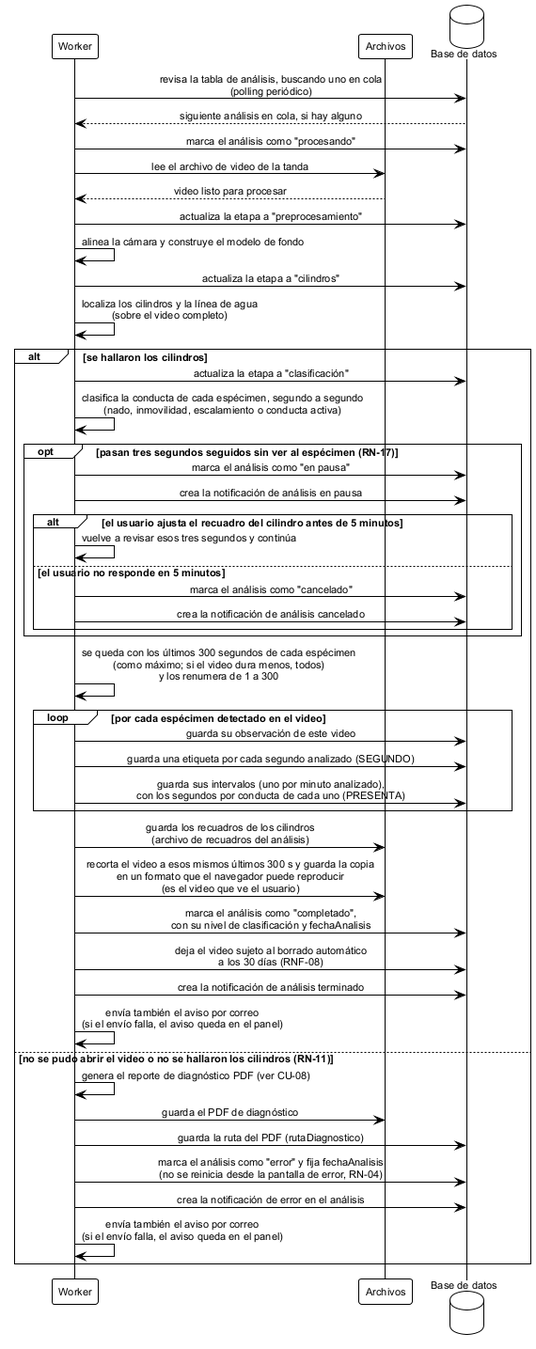
ErickJester/fst-ai-system-latex keeps this PlantUML diagram as figures/mermaid/seq_analisis_automatico.png. Above is the earlier version.
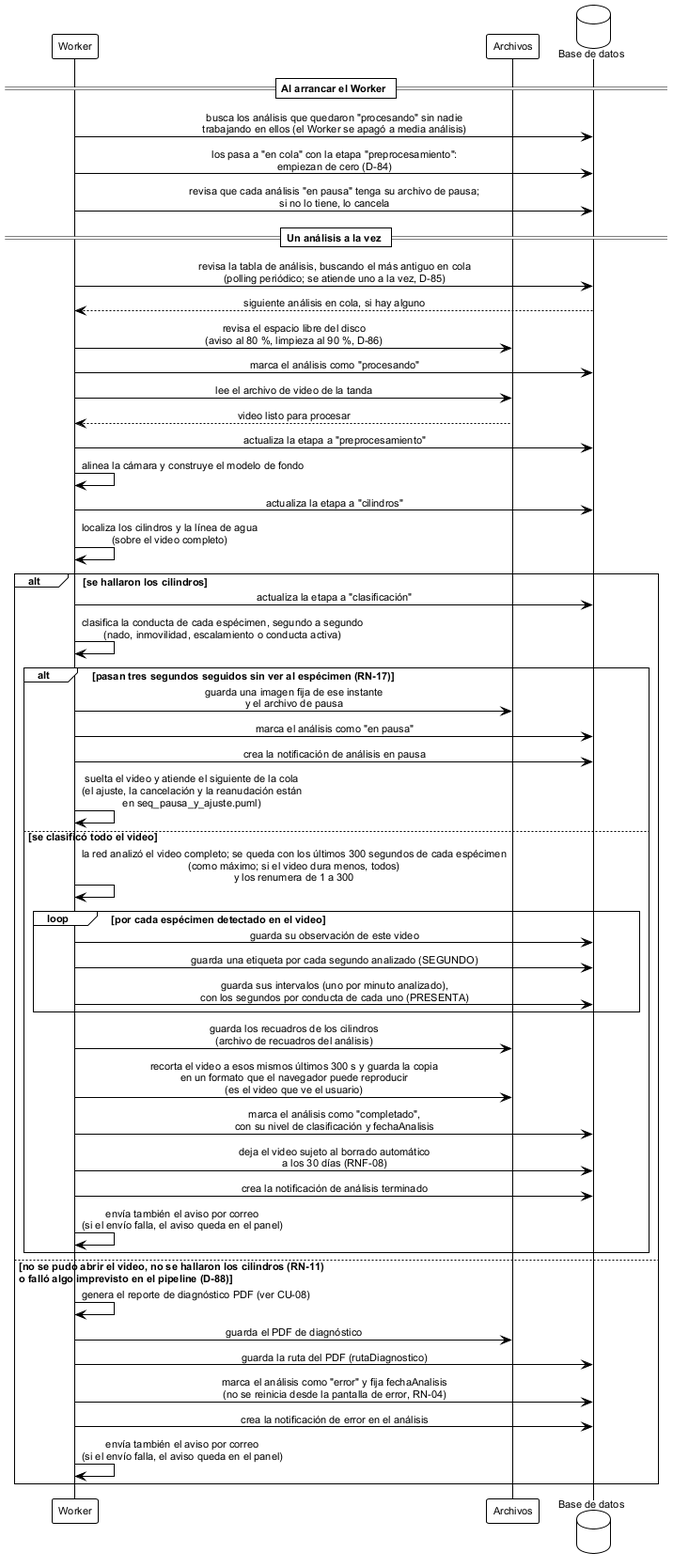
After the change.

Diff of the diagram source:
```diff
@@ -11,8 +11,17 @@
 participant "Archivos" as fs
 database "Base de datos" as db
 
-w -> db: revisa la tabla de análisis, buscando uno en cola\n(polling periódico)
+== Al arrancar el Worker ==
+
+w -> db: busca los análisis que quedaron "procesando" sin nadie\ntrabajando en ellos (el Worker se apagó a media análisis)
+w -> db: los pasa a "en cola" con la etapa "preprocesamiento":\nempiezan de cero (D-84)
+w -> db: revisa que cada análisis "en pausa" tenga su archivo de pausa;\nsi no lo tiene, lo cancela
+
+== Un análisis a la vez ==
+
+w -> db: revisa la tabla de análisis, buscando el más antiguo en cola\n(polling periódico; se atiende uno a la vez, D-85)
 db --> w: siguiente análisis en cola, si hay alguno
+w -> fs: revisa el espacio libre del disco\n(aviso al 80 %, limpieza al 90 %, D-86)
 w -> db: marca el análisis como "procesando"
 
 w -> fs: lee el archivo de video de la tanda
@@ -27,33 +36,30 @@
 alt se hallaron los cilindros
   w -> db: actualiza la etapa a "clasificación"
   w -> w: clasifica la conducta de cada espécimen, segundo a segundo\n(nado, inmovilidad, escalamiento o conducta activa)
-  opt pasan tres segundos seguidos sin ver al espécimen (RN-17)
+  alt pasan tres segundos seguidos sin ver al espécimen (RN-17)
+    w -> fs: guarda una imagen fija de ese instante\ny el archivo de pausa
     w -> db: marca el análisis como "en pausa"
     w -> db: crea la notificación de análisis en pausa
-    alt el usuario ajusta el recuadro del cilindro antes de 5 minutos
-      w -> w: vuelve a revisar esos tres segundos y continúa
-    else el usuario no responde en 5 minutos
-      w -> db: marca el análisis como "cancelado"
-      w -> db: crea la notificación de análisis cancelado
+    w -> w: suelta el video y atiende el siguiente de la cola\n(el ajuste, la cancelación y la reanudación están\nen seq_pausa_y_ajuste.puml)
+  else se clasificó todo el video
+
+    w -> w: la red analizó el video completo; se queda con los últimos 300 segundos de cada espécimen\n(como máximo; si el video dura menos, todos)\ny los renumera de 1 a 300
+
+    loop por cada espécimen detectado en el video
+      w -> db: guarda su observación de este video
+      w -> db: guarda una etiqueta por cada segundo analizado (SEGUNDO)
+      w -> db: guarda sus intervalos (uno por minuto analizado),\ncon los segundos por conducta de cada uno (PRESENTA)
     end
+
+    w -> fs: guarda los recuadros de los cilindros\n(archivo de recuadros del análisis)
+    w -> fs: recorta el video a esos mismos últimos 300 s y guarda la copia\nen un formato que el navegador puede reproducir\n(es el video que ve el usuario)
+
+    w -> db: marca el análisis como "completado",\ncon su nivel de clasificación y fechaAnalisis
+    w -> db: deja el video sujeto al borrado automático\na los 30 días (RNF-08)
+    w -> db: crea la notificación de análisis terminado
+    w -> w: envía también el aviso por correo\n(si el envío falla, el aviso queda en el panel)
   end
-
-  w -> w: se queda con los últimos 300 segundos de cada espécimen\n(como máximo; si el video dura menos, todos)\ny los renumera de 1 a 300
-
-  loop por cada espécimen detectado en el video
-    w -> db: guarda su observación de este video
-    w -> db: guarda una etiqueta por cada segundo analizado (SEGUNDO)
-    w -> db: guarda sus intervalos (uno por minuto analizado),\ncon los segundos por conducta de cada uno (PRESENTA)
-  end
-
-  w -> fs: guarda los recuadros de los cilindros\n(archivo de recuadros del análisis)
-  w -> fs: recorta el video a esos mismos últimos 300 s y guarda la copia\nen un formato que el navegador puede reproducir\n(es el video que ve el usuario)
-
-  w -> db: marca el análisis como "completado",\ncon su nivel de clasificación y fechaAnalisis
-  w -> db: deja el video sujeto al borrado automático\na los 30 días (RNF-08)
-  w -> db: crea la notificación de análisis terminado
-  w -> w: envía también el aviso por correo\n(si el envío falla, el aviso queda en el panel)
-else no se pudo abrir el video o no se hallaron los cilindros (RN-11)
+else no se pudo abrir el video, no se hallaron los cilindros (RN-11)\no falló algo imprevisto en el pipeline (D-88)
   w -> w: genera el reporte de diagnóstico PDF (ver CU-08)
   w -> fs: guarda el PDF de diagnóstico
   w -> db: guarda la ruta del PDF (rutaDiagnostico)
```
